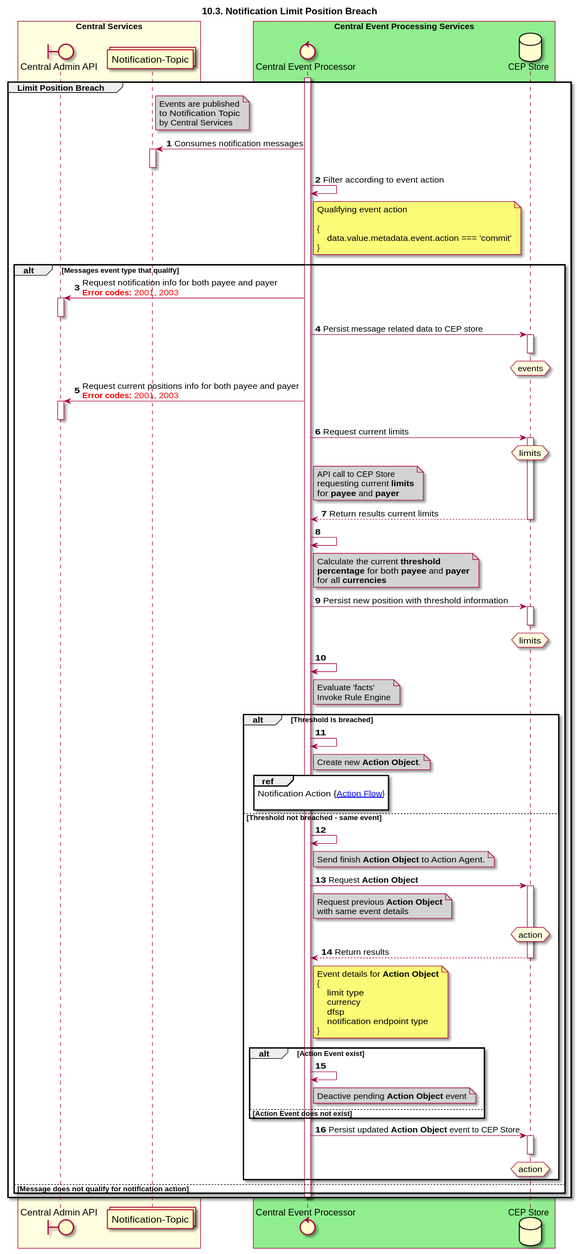
Earlier version of the PlantUML export docs/sequence_diagrams/notification-LimitPositionBreach.svg (mojaloop/central-event-processor).
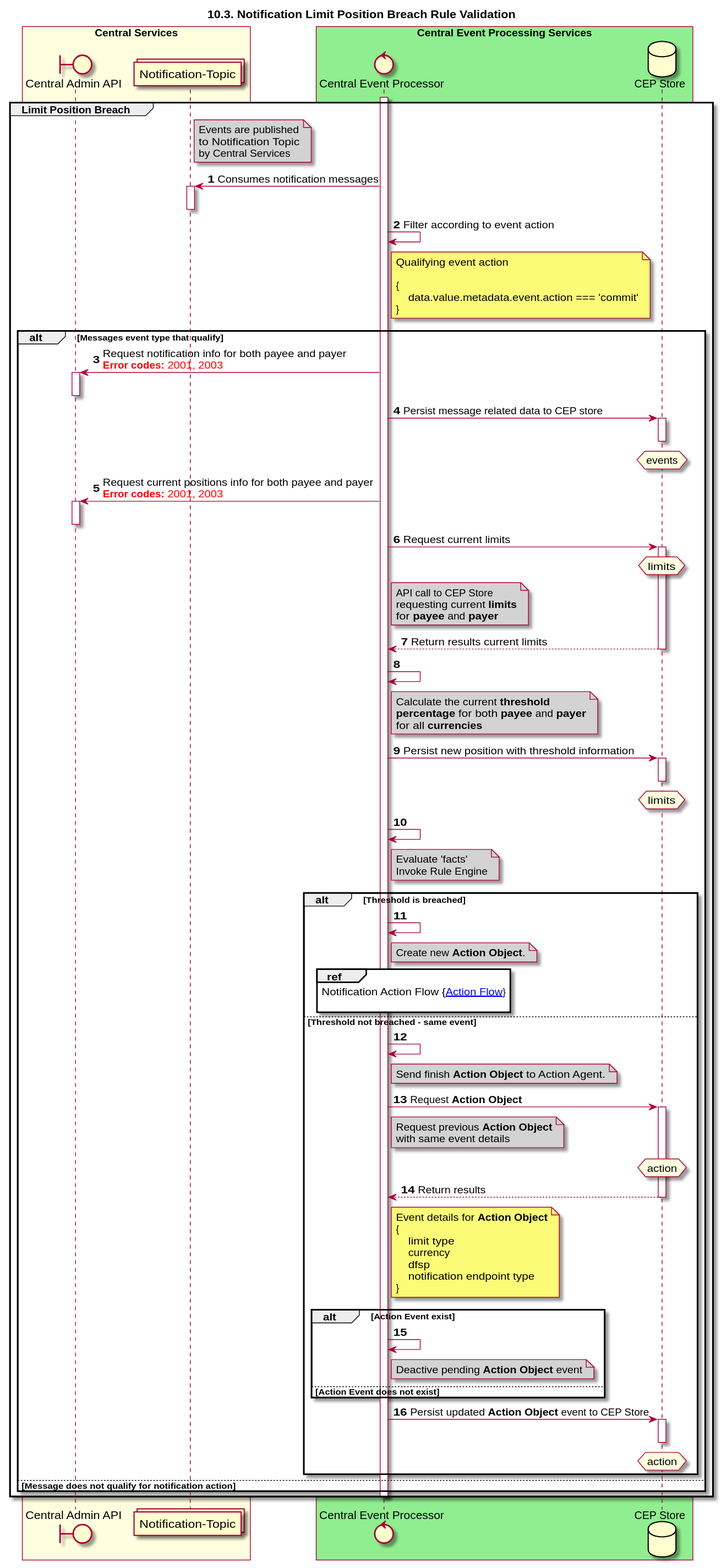
The same diagram one commit later.

Commit message:
566_UML Sequence diagrams

What changed in the source:
```diff
@@ -1,5 +1,5 @@
 @startuml
-title 10.3. Notification Limit Position Breach
+title 10.3. Notification Limit Position Breach Rule Validation
 autonumber
 
 collections "Notification-Topic" as TOPIC_NOTIFY
@@ -83,7 +83,7 @@
             note right of CEP #LightGrey
                 Create new **Action Object**.
             end note
-            ref over CEP :  Notification Action {[[https://github.com/mojaloop/central-event-processor/tree/master/docs/sequence_diagramsnotification-actionFlow.svg Action Flow]]} \n
+            ref over CEP :  Notification Action Flow {[[https://github.com/mojaloop/central-event-processor/tree/master/docs/sequence_diagrams/notification-actionFlow.svg Action Flow]]} \n
         else Threshold not breached - same event
             CEP -> CEP
             note right of CEP #LightGrey
```
